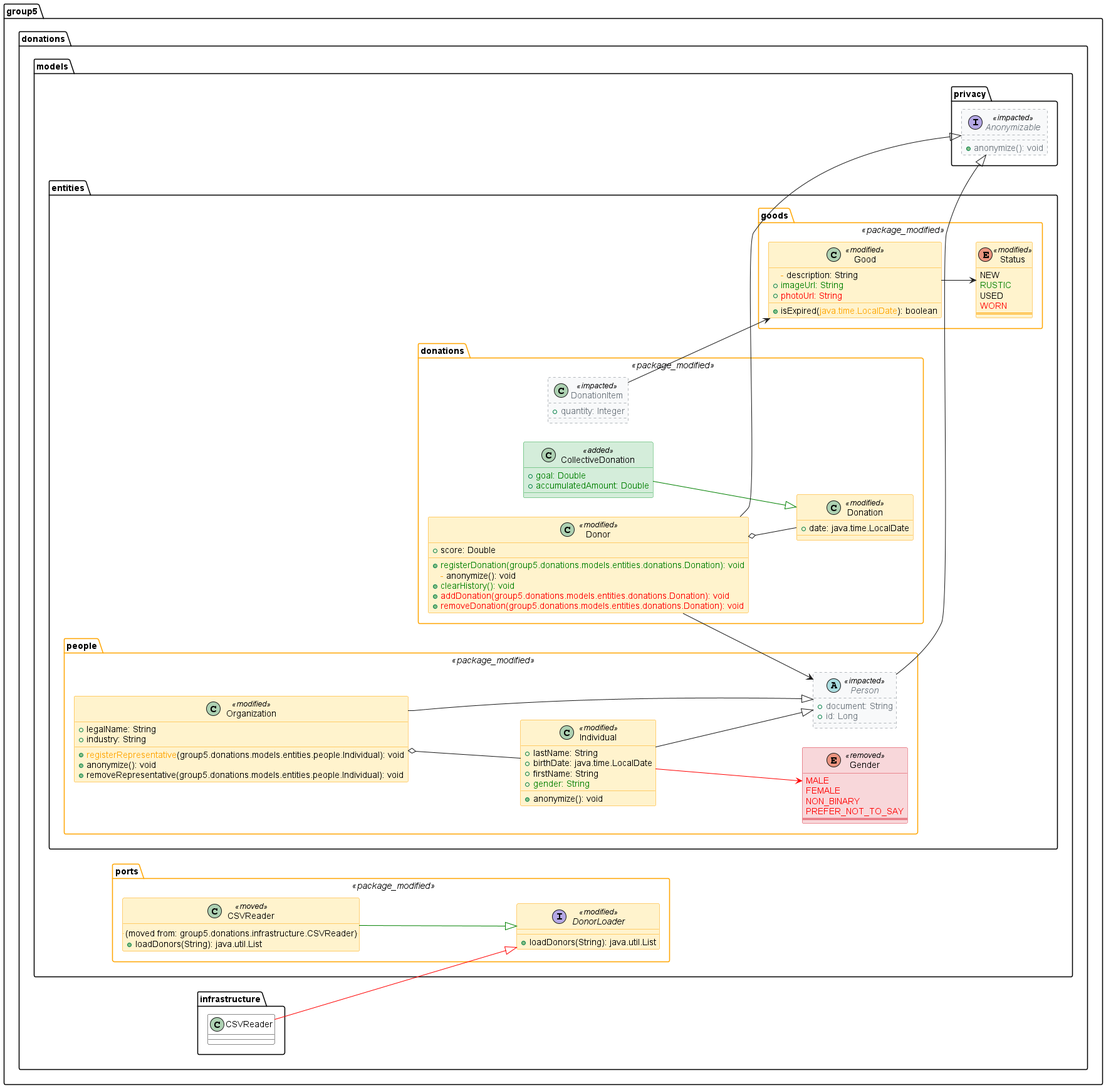
Above: docs/demo_complete.png in tsorren/SemanticUMLDiff (PlantUML), before the change.
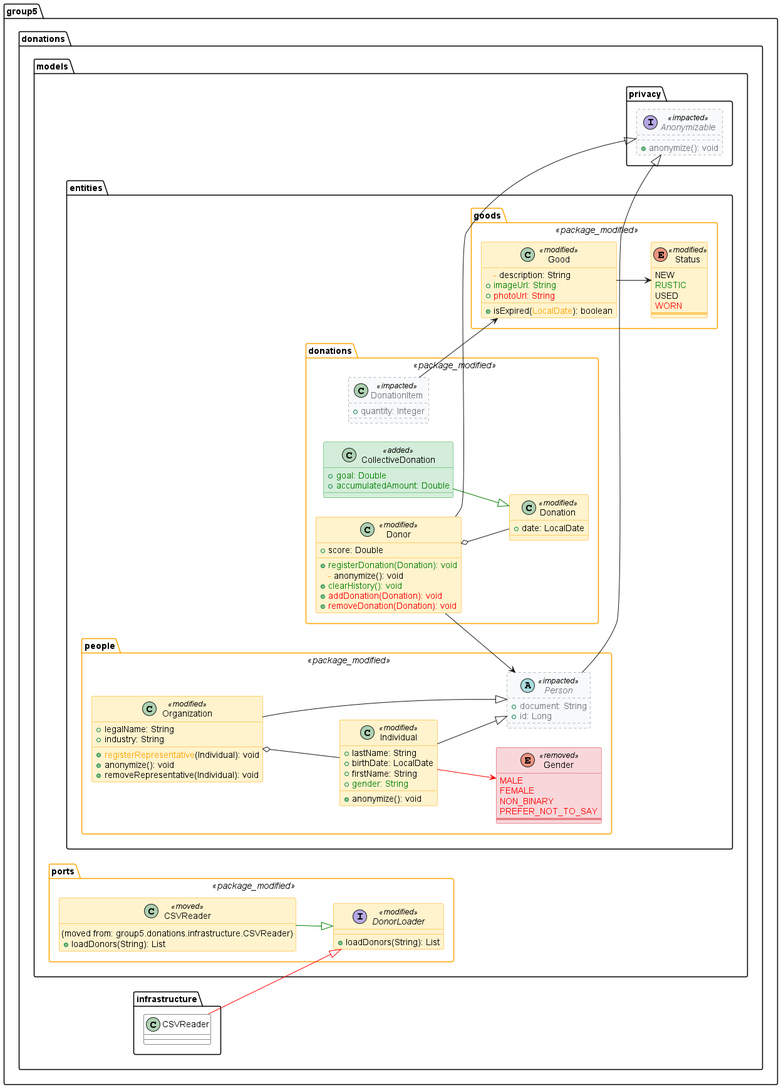
The same file after the commit.

Commit message:
fix: shorten package prefixes in attribute and method types in diagrams

Diff of the diagram source:
```diff
@@ -55,18 +55,18 @@
   + <color:green>accumulatedAmount: Double</color>
 }
 class "Donation" as group5.donations.models.entities.donations.Donation <<modified>> {
-  + date: java.time.LocalDate
+  + date: LocalDate
 }
 class "DonationItem" as group5.donations.models.entities.donations.DonationItem <<impacted>> {
   + quantity: Integer
 }
 class "Donor" as group5.donations.models.entities.donations.Donor <<modified>> {
   + score: Double
-  + <color:green>registerDonation(group5.donations.models.entities.donations.Donation): void</color>
+  + <color:green>registerDonation(Donation): void</color>
   <color:orange>-</color> anonymize(): void
   + <color:green>clearHistory(): void</color>
-  + <color:red>addDonation(group5.donations.models.entities.donations.Donation): void</color>
-  + <color:red>removeDonation(group5.donations.models.entities.donations.Donation): void</color>
+  + <color:red>addDonation(Donation): void</color>
+  + <color:red>removeDonation(Donation): void</color>
 }
 }
 
@@ -75,7 +75,7 @@
   <color:orange>-</color> description: String
   + <color:green>imageUrl: String</color>
   + <color:red>photoUrl: String</color>
-  + isExpired(<color:orange>java.time.LocalDate</color>): boolean
+  + isExpired(<color:orange>LocalDate</color>): boolean
 }
 enum "Status" as group5.donations.models.entities.goods.Status <<modified>> {
   NEW
@@ -96,7 +96,7 @@
 }
 class "Individual" as group5.donations.models.entities.people.Individual <<modified>> {
   + lastName: String
-  + birthDate: java.time.LocalDate
+  + birthDate: LocalDate
   + firstName: String
   + <color:green>gender: String</color>
   + anonymize(): void
@@ -104,9 +104,9 @@
 class "Organization" as group5.donations.models.entities.people.Organization <<modified>> {
   + legalName: String
   + industry: String
-  + <color:orange>registerRepresentative</color>(group5.donations.models.entities.people.Individual): void
+  + <color:orange>registerRepresentative</color>(Individual): void
   + anonymize(): void
-  + removeRepresentative(group5.donations.models.entities.people.Individual): void
+  + removeRepresentative(Individual): void
 }
 abstract class "Person" as group5.donations.models.entities.people.Person <<impacted>> {
   + document: String
@@ -117,10 +117,10 @@
 package "group5.donations.models.ports" <<package_modified>> {
 class "CSVReader" as group5.donations.models.ports.CSVReader <<moved>> {
   .. (moved from: group5.donations.infrastructure.CSVReader) ..
-  + loadDonors(String): java.util.List
+  + loadDonors(String): List
 }
 interface "DonorLoader" as group5.donations.models.ports.DonorLoader <<modified>> {
-  + loadDonors(String): java.util.List
+  + loadDonors(String): List
 }
 }
 
```
